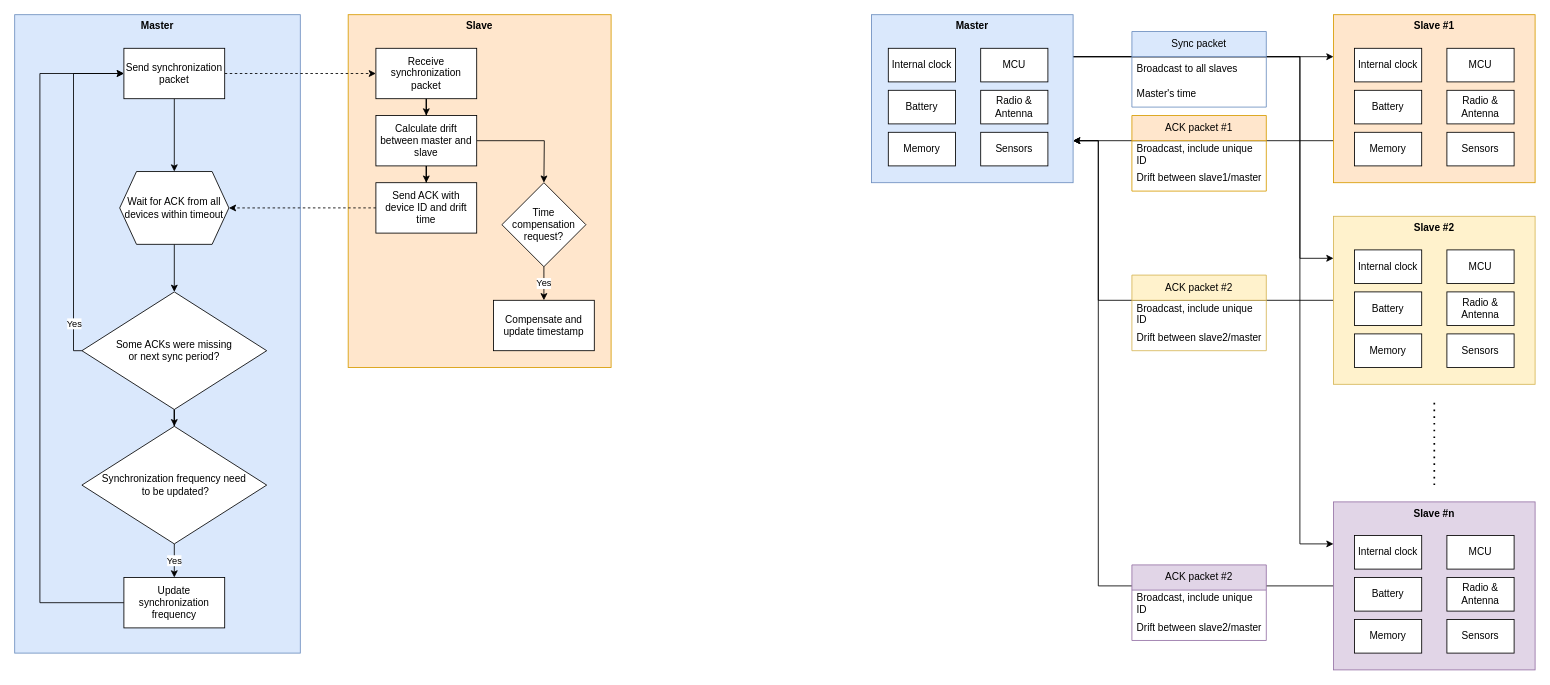
Above: Sync_Flowchart.drawio in marsukhongduoi/drawio_files (draw.io), before the change. Source tidied: cells renumbered, new cells numbered last; positions are measured from the earlier drawing's top-left corner, leaving out a move shared by most shapes. Both pictures are drawn from the tidied source at 84%, with x=0, y=0 at pixel (14, 14).
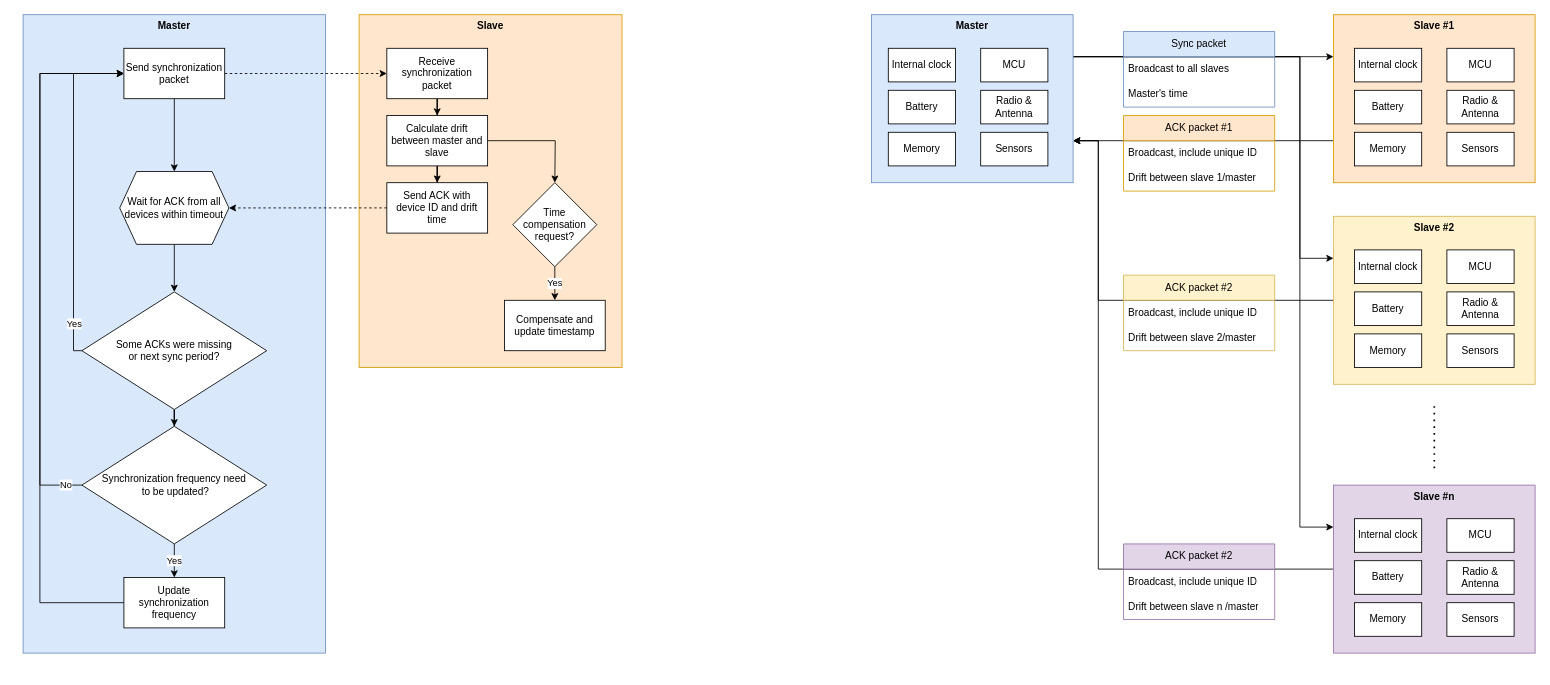
The same diagram, later.

The change refers to these unchanged cells:
```xml
<mxCell id="7" value="Master" style="rounded=0;whiteSpace=wrap;html=1;verticalAlign=top;fillColor=#dae8fc;strokeColor=#6c8ebf;fontStyle=1;" parent="1" vertex="1">
  <mxGeometry x="1020" width="240" height="200" as="geometry" />
</mxCell>
<mxCell id="18" value="Send synchronization packet" style="rounded=0;whiteSpace=wrap;html=1;" parent="1" vertex="1">
  <mxGeometry x="130" y="40" width="120" height="60" as="geometry" />
</mxCell>
<mxCell id="71" value="Synchronization frequency need&lt;div&gt;&amp;nbsp;to be updated?&lt;/div&gt;" style="rhombus;whiteSpace=wrap;html=1;rounded=0;" parent="1" vertex="1">
  <mxGeometry x="80" y="490" width="220" height="140" as="geometry" />
</mxCell>
```

Change to the diagram source:
```diff
@@
+    <mxCell id="3" value="Master" style="rounded=0;whiteSpace=wrap;html=1;fillColor=#dae8fc;verticalAlign=top;fontStyle=1;strokeColor=#6c8ebf;" parent="1" vertex="1">
+      <mxGeometry x="10" width="360" height="760" as="geometry" />
+    </mxCell>
     <mxCell id="2" value="Slave" style="rounded=0;whiteSpace=wrap;html=1;verticalAlign=top;fillColor=#ffe6cc;strokeColor=#d79b00;fontStyle=1;" parent="1" vertex="1">
-      <mxGeometry x="397" width="313" height="420" as="geometry" />
+      <mxGeometry x="410" width="313" height="420" as="geometry" />
     </mxCell>
-    <mxCell id="3" value="Master" style="rounded=0;whiteSpace=wrap;html=1;fillColor=#dae8fc;verticalAlign=top;fontStyle=1;strokeColor=#6c8ebf;" parent="1" vertex="1">
-      <mxGeometry width="340" height="760" as="geometry" />
-    </mxCell>
@@
     <mxCell id="6" style="edgeStyle=orthogonalEdgeStyle;rounded=0;jettySize=auto;html=1;exitX=1;exitY=0.25;exitDx=0;exitDy=0;entryX=0;entryY=0.25;entryDx=0;entryDy=0;" parent="1" edge="1" source="7" target="57">
       <mxGeometry relative="1" as="geometry">
         <Array as="points">
           <mxPoint x="1530" y="50" />
-          <mxPoint x="1530" y="630" />
+          <mxPoint x="1530" y="610" />
         </Array>
       </mxGeometry>
     </mxCell>
@@
     <mxCell id="10" value="Sync packet" style="swimlane;fontStyle=0;horizontal=1;startSize=30;whiteSpace=wrap;html=1;fillColor=#dae8fc;strokeColor=#6c8ebf;" parent="1" vertex="1">
-      <mxGeometry x="1330" y="20" width="160" height="90" as="geometry" />
+      <mxGeometry x="1320" y="20" width="180" height="90" as="geometry" />
     </mxCell>
     <mxCell id="11" value="Broadcast to all slaves" style="text;strokeColor=none;fillColor=none;align=left;verticalAlign=middle;spacingLeft=4;spacingRight=4;overflow=hidden;whiteSpace=wrap;html=1;" parent="10" vertex="1">
-      <mxGeometry y="30" width="160" height="30" as="geometry" />
+      <mxGeometry y="30" width="180" height="30" as="geometry" />
     </mxCell>
     <mxCell id="12" value="Master's time" style="text;strokeColor=none;fillColor=none;align=left;verticalAlign=middle;spacingLeft=4;spacingRight=4;overflow=hidden;whiteSpace=wrap;html=1;" parent="10" vertex="1">
-      <mxGeometry y="60" width="160" height="30" as="geometry" />
+      <mxGeometry y="60" width="180" height="30" as="geometry" />
     </mxCell>
     <mxCell id="13" value="ACK packet #1" style="swimlane;fontStyle=0;horizontal=1;startSize=30;whiteSpace=wrap;html=1;fillColor=#ffe6cc;strokeColor=#d79b00;" parent="1" vertex="1">
-      <mxGeometry x="1330" y="120" width="160" height="90" as="geometry" />
+      <mxGeometry x="1320" y="120" width="180" height="90" as="geometry" />
     </mxCell>
     <mxCell id="14" value="Broadcast, include unique ID" style="text;strokeColor=none;fillColor=none;align=left;verticalAlign=middle;spacingLeft=4;spacingRight=4;overflow=hidden;whiteSpace=wrap;html=1;" parent="13" vertex="1">
-      <mxGeometry y="30" width="160" height="30" as="geometry" />
+      <mxGeometry y="30" width="180" height="30" as="geometry" />
     </mxCell>
-    <mxCell id="15" value="Drift between slave1/master" style="text;strokeColor=none;fillColor=none;align=left;verticalAlign=middle;spacingLeft=4;spacingRight=4;overflow=hidden;whiteSpace=wrap;html=1;" parent="13" vertex="1">
-      <mxGeometry y="60" width="160" height="30" as="geometry" />
+    <mxCell id="15" value="Drift between slave 1/master" style="text;strokeColor=none;fillColor=none;align=left;verticalAlign=middle;spacingLeft=4;spacingRight=4;overflow=hidden;whiteSpace=wrap;html=1;" parent="13" vertex="1">
+      <mxGeometry y="60" width="180" height="30" as="geometry" />
     </mxCell>
@@
     <mxCell id="20" value="Receive synchronization packet" style="rounded=0;whiteSpace=wrap;html=1;" parent="1" vertex="1">
-      <mxGeometry x="430" y="40" width="120" height="60" as="geometry" />
+      <mxGeometry x="443" y="40" width="120" height="60" as="geometry" />
     </mxCell>
@@
     <mxCell id="22" style="edgeStyle=orthogonalEdgeStyle;rounded=0;jettySize=auto;html=1;" parent="1" edge="1" source="23">
       <mxGeometry relative="1" as="geometry">
-        <mxPoint x="630" y="200" as="targetPoint" />
+        <mxPoint x="643" y="200" as="targetPoint" />
       </mxGeometry>
     </mxCell>
     <mxCell id="23" value="Calculate drift between master and slave" style="whiteSpace=wrap;html=1;rounded=0;" parent="1" vertex="1">
-      <mxGeometry x="430" y="120" width="120" height="60" as="geometry" />
+      <mxGeometry x="443" y="120" width="120" height="60" as="geometry" />
     </mxCell>
@@
     <mxCell id="27" value="Send ACK with device ID and drift time" style="whiteSpace=wrap;html=1;rounded=0;" parent="1" vertex="1">
-      <mxGeometry x="430" y="200" width="120" height="60" as="geometry" />
+      <mxGeometry x="443" y="200" width="120" height="60" as="geometry" />
     </mxCell>
@@
     <mxCell id="46" value="ACK packet #2" style="swimlane;fontStyle=0;horizontal=1;startSize=30;whiteSpace=wrap;html=1;fillColor=#fff2cc;strokeColor=#d6b656;" parent="1" vertex="1">
-      <mxGeometry x="1330" y="310" width="160" height="90" as="geometry" />
+      <mxGeometry x="1320" y="310" width="180" height="90" as="geometry" />
     </mxCell>
     <mxCell id="47" value="Broadcast, include unique ID" style="text;strokeColor=none;fillColor=none;align=left;verticalAlign=middle;spacingLeft=4;spacingRight=4;overflow=hidden;whiteSpace=wrap;html=1;" parent="46" vertex="1">
-      <mxGeometry y="30" width="160" height="30" as="geometry" />
+      <mxGeometry y="30" width="180" height="30" as="geometry" />
     </mxCell>
-    <mxCell id="48" value="Drift between slave2/master" style="text;strokeColor=none;fillColor=none;align=left;verticalAlign=middle;spacingLeft=4;spacingRight=4;overflow=hidden;whiteSpace=wrap;html=1;" parent="46" vertex="1">
-      <mxGeometry y="60" width="160" height="30" as="geometry" />
+    <mxCell id="48" value="Drift between slave 2/master" style="text;strokeColor=none;fillColor=none;align=left;verticalAlign=middle;spacingLeft=4;spacingRight=4;overflow=hidden;whiteSpace=wrap;html=1;" parent="46" vertex="1">
+      <mxGeometry y="60" width="180" height="30" as="geometry" />
     </mxCell>
@@
     <mxCell id="55" style="endArrow=none;dashed=1;html=1;dashPattern=1 3;strokeWidth=2;rounded=0;" parent="1" edge="1">
       <mxGeometry relative="1" as="geometry">
-        <mxPoint x="1690" y="560" as="sourcePoint" />
+        <mxPoint x="1690" y="540" as="sourcePoint" />
         <mxPoint x="1690" y="460" as="targetPoint" />
       </mxGeometry>
     </mxCell>
     <mxCell id="56" style="edgeStyle=orthogonalEdgeStyle;rounded=0;jettySize=auto;html=1;exitX=0;exitY=0.5;exitDx=0;exitDy=0;entryX=1;entryY=0.75;entryDx=0;entryDy=0;" parent="1" edge="1" source="57" target="7">
       <mxGeometry relative="1" as="geometry">
         <Array as="points">
-          <mxPoint x="1290" y="680" />
+          <mxPoint x="1290" y="660" />
           <mxPoint x="1290" y="150" />
         </Array>
       </mxGeometry>
     </mxCell>
     <mxCell id="57" value="Slave #n" style="rounded=0;whiteSpace=wrap;html=1;verticalAlign=top;fillColor=#e1d5e7;strokeColor=#9673a6;fontStyle=1;" parent="1" vertex="1">
-      <mxGeometry x="1570" y="580" width="240" height="200" as="geometry" />
+      <mxGeometry x="1570" y="560" width="240" height="200" as="geometry" />
     </mxCell>
     <mxCell id="58" value="MCU" style="rounded=0;whiteSpace=wrap;html=1;" parent="1" vertex="1">
-      <mxGeometry x="1705" y="620" width="80" height="40" as="geometry" />
+      <mxGeometry x="1705" y="600" width="80" height="40" as="geometry" />
     </mxCell>
     <mxCell id="59" value="Radio &amp;amp; Antenna" style="rounded=0;whiteSpace=wrap;html=1;" parent="1" vertex="1">
-      <mxGeometry x="1705" y="670" width="80" height="40" as="geometry" />
+      <mxGeometry x="1705" y="650" width="80" height="40" as="geometry" />
     </mxCell>
     <mxCell id="60" value="Sensors" style="rounded=0;whiteSpace=wrap;html=1;" parent="1" vertex="1">
-      <mxGeometry x="1705" y="720" width="80" height="40" as="geometry" />
+      <mxGeometry x="1705" y="700" width="80" height="40" as="geometry" />
     </mxCell>
     <mxCell id="61" value="Internal clock" style="rounded=0;whiteSpace=wrap;html=1;" parent="1" vertex="1">
-      <mxGeometry x="1595" y="620" width="80" height="40" as="geometry" />
+      <mxGeometry x="1595" y="600" width="80" height="40" as="geometry" />
     </mxCell>
     <mxCell id="62" value="Battery" style="rounded=0;whiteSpace=wrap;html=1;" parent="1" vertex="1">
-      <mxGeometry x="1595" y="670" width="80" height="40" as="geometry" />
+      <mxGeometry x="1595" y="650" width="80" height="40" as="geometry" />
     </mxCell>
     <mxCell id="63" value="Memory" style="rounded=0;whiteSpace=wrap;html=1;" parent="1" vertex="1">
-      <mxGeometry x="1595" y="720" width="80" height="40" as="geometry" />
+      <mxGeometry x="1595" y="700" width="80" height="40" as="geometry" />
     </mxCell>
     <mxCell id="64" value="ACK packet #2" style="swimlane;fontStyle=0;horizontal=1;startSize=30;whiteSpace=wrap;html=1;fillColor=#e1d5e7;strokeColor=#9673a6;" parent="1" vertex="1">
-      <mxGeometry x="1330" y="655" width="160" height="90" as="geometry" />
+      <mxGeometry x="1320" y="630" width="180" height="90" as="geometry" />
     </mxCell>
     <mxCell id="65" value="Broadcast, include unique ID" style="text;strokeColor=none;fillColor=none;align=left;verticalAlign=middle;spacingLeft=4;spacingRight=4;overflow=hidden;whiteSpace=wrap;html=1;" parent="64" vertex="1">
-      <mxGeometry y="30" width="160" height="30" as="geometry" />
+      <mxGeometry y="30" width="180" height="30" as="geometry" />
     </mxCell>
-    <mxCell id="66" value="Drift between slave2/master" style="text;strokeColor=none;fillColor=none;align=left;verticalAlign=middle;spacingLeft=4;spacingRight=4;overflow=hidden;whiteSpace=wrap;html=1;" parent="64" vertex="1">
-      <mxGeometry y="60" width="160" height="30" as="geometry" />
+    <mxCell id="66" value="Drift between slave n /master" style="text;strokeColor=none;fillColor=none;align=left;verticalAlign=middle;spacingLeft=4;spacingRight=4;overflow=hidden;whiteSpace=wrap;html=1;" parent="64" vertex="1">
+      <mxGeometry y="60" width="180" height="30" as="geometry" />
     </mxCell>
@@
     <mxCell id="68" value="Time compensation request?" style="rhombus;whiteSpace=wrap;html=1;" parent="1" vertex="1">
-      <mxGeometry x="580" y="200" width="100" height="100" as="geometry" />
+      <mxGeometry x="593" y="200" width="100" height="100" as="geometry" />
     </mxCell>
     <mxCell id="69" value="Compensate and update timestamp" style="whiteSpace=wrap;html=1;" parent="1" vertex="1">
-      <mxGeometry x="570" y="340" width="120" height="60" as="geometry" />
+      <mxGeometry x="583" y="340" width="120" height="60" as="geometry" />
     </mxCell>
@@
+    <mxCell id="74" value="No" style="edgeStyle=orthogonalEdgeStyle;rounded=0;jettySize=auto;html=1;exitX=0;exitY=0.5;exitDx=0;exitDy=0;entryX=0;entryY=0.5;entryDx=0;entryDy=0;" parent="1" edge="1" source="71" target="18">
+      <mxGeometry x="-0.94" relative="1" as="geometry">
+        <Array as="points">
+          <mxPoint x="30" y="560" />
+          <mxPoint x="30" y="70" />
+        </Array>
+      </mxGeometry>
+    </mxCell>
```
